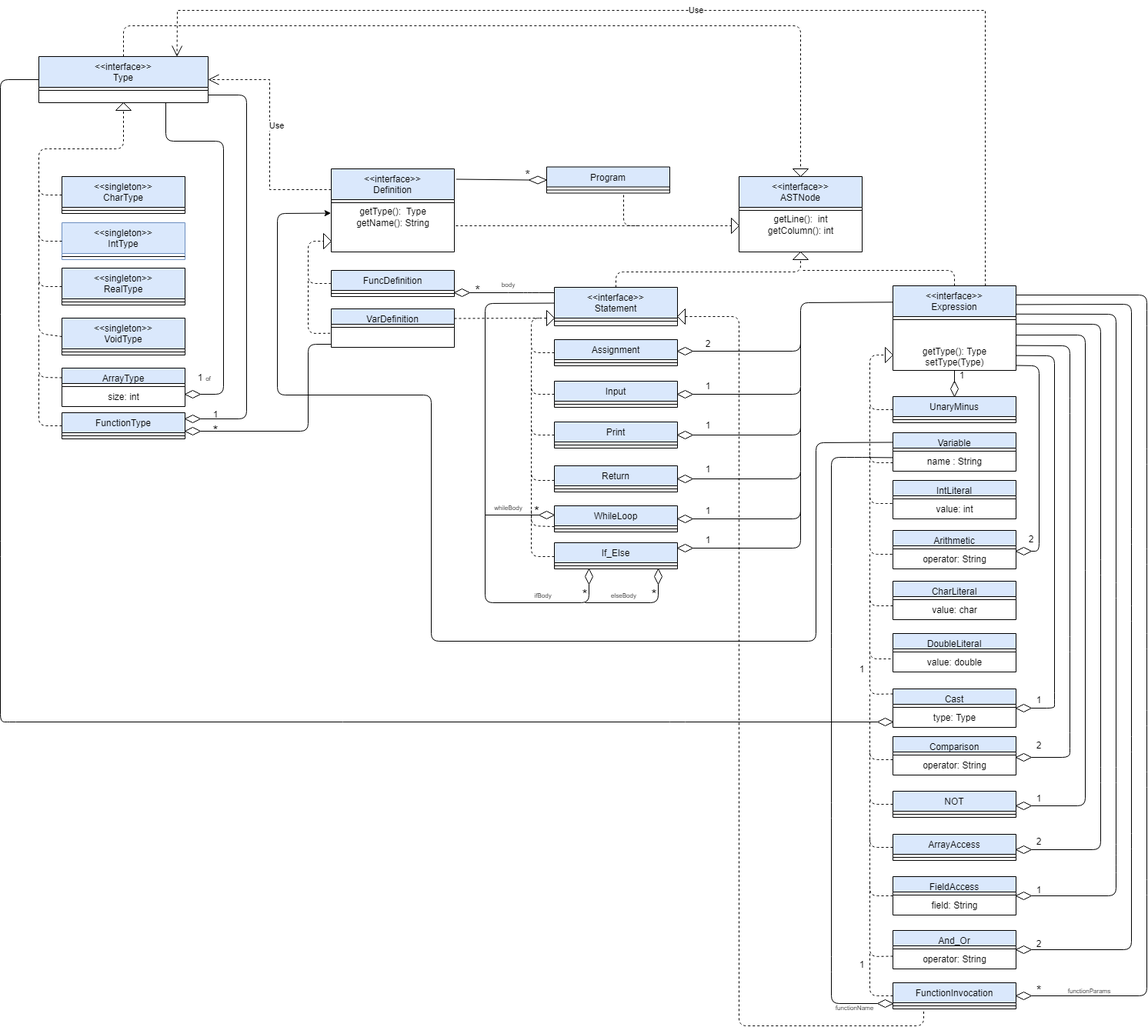
The draw.io diagram UML.png in uo269871/dlp, before a commit. Source tidied: cells renumbered, new cells last; positions are measured from the earlier drawing's top-left corner, leaving out a move shared by most shapes.
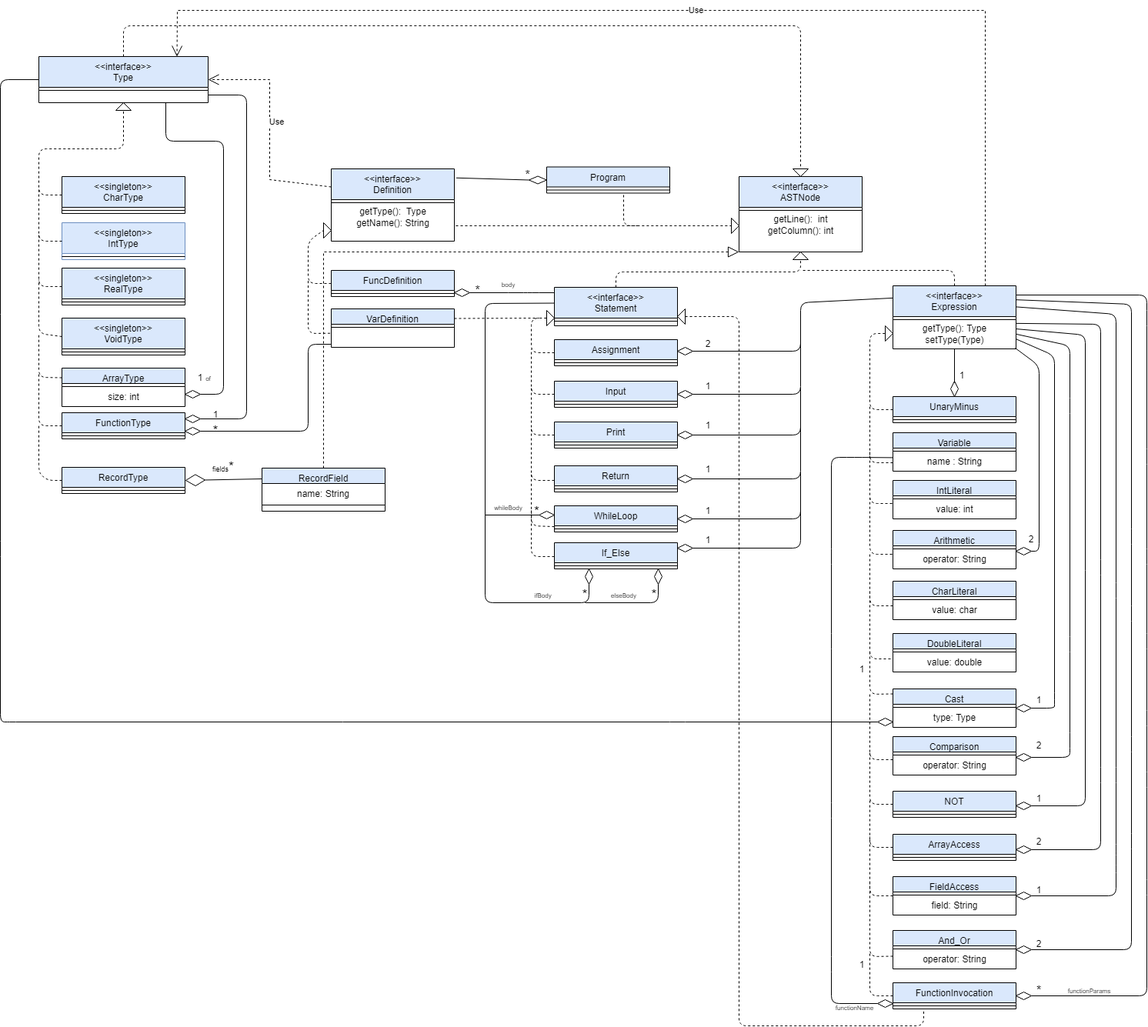
After the change.

Commit message:
UML actualizado

What changed in the source:
```diff
@@ -114,13 +114,13 @@
       <mxGeometry y="26" width="160" height="8" as="geometry" />
     </mxCell>
     <mxCell id="35" style="triangle;whiteSpace=wrap;html=1;direction=east;" parent="1" vertex="1">
-      <mxGeometry x="1150" y="438" width="10" height="20" as="geometry" />
+      <mxGeometry x="1150" y="410" width="10" height="20" as="geometry" />
     </mxCell>
     <mxCell id="36" style="endArrow=none;dashed=1;html=1;entryX=0;entryY=0.5;entryDx=0;entryDy=0;exitX=0;exitY=0.5;exitDx=0;exitDy=0;" parent="1" edge="1" source="13" target="35">
       <mxGeometry relative="1" as="geometry">
         <Array as="points">
           <mxPoint x="1130" y="519" />
-          <mxPoint x="1130" y="448" />
+          <mxPoint x="1130" y="420" />
         </Array>
       </mxGeometry>
     </mxCell>
@@ -248,7 +248,7 @@
       </mxGeometry>
     </mxCell>
     <mxCell id="60" value="&lt;&lt;interface&gt;&gt;&#10;Definition" style="swimlane;fontStyle=0;align=center;verticalAlign=top;horizontal=1;startSize=40;rounded=0;shadow=0;strokeWidth=1;fillColor=#dae8fc;" parent="1" vertex="1">
-      <mxGeometry x="430" y="206" width="160" height="108" as="geometry" />
+      <mxGeometry x="430" y="206" width="160" height="94" as="geometry" />
     </mxCell>
     <mxCell id="61" style="line;html=1;strokeWidth=1;align=left;verticalAlign=middle;spacingTop=-1;spacingLeft=3;spacingRight=3;labelPosition=right;" parent="60" vertex="1">
       <mxGeometry y="40" width="160" height="8" as="geometry" />
@@ -399,9 +399,8 @@
     <mxCell id="94" style="rhombus;whiteSpace=wrap;html=1;direction=north;" parent="1" vertex="1">
       <mxGeometry x="1320" y="698" width="20" height="10" as="geometry" />
     </mxCell>
-    <mxCell id="95" style="endArrow=none;html=1;exitX=0.5;exitY=1;exitDx=0;exitDy=0;entryX=0.998;entryY=0.782;entryDx=0;entryDy=0;entryPerimeter=0;" parent="1" edge="1" source="94">
+    <mxCell id="95" style="endArrow=none;html=1;exitX=0.5;exitY=1;exitDx=0;exitDy=0;entryX=0.994;entryY=1.1;entryDx=0;entryDy=0;entryPerimeter=0;" parent="1" edge="1" source="94" target="204">
       <mxGeometry relative="1" as="geometry">
-        <mxPoint x="1319.7" y="461.5" as="targetPoint" />
         <Array as="points">
           <mxPoint x="1350" y="703" />
           <mxPoint x="1350" y="462" />
@@ -539,7 +538,7 @@
       </mxGeometry>
     </mxCell>
     <mxCell id="120" style="triangle;whiteSpace=wrap;html=1;direction=east;" parent="1" vertex="1">
-      <mxGeometry x="420" y="290" width="10" height="20" as="geometry" />
+      <mxGeometry x="420" y="276" width="10" height="20" as="geometry" />
     </mxCell>
     <mxCell id="121" style="endArrow=none;dashed=1;html=1;entryX=0;entryY=0.5;entryDx=0;entryDy=0;exitX=0;exitY=0.5;exitDx=0;exitDy=0;" parent="1" edge="1" source="63" target="120">
       <mxGeometry relative="1" as="geometry">
@@ -932,30 +931,18 @@
       </mxGeometry>
     </mxCell>
     <mxCell id="202" value="&lt;&lt;interface&gt;&gt;&#10;Expression" style="swimlane;fontStyle=0;align=center;verticalAlign=top;horizontal=1;startSize=40;rounded=0;shadow=0;strokeWidth=1;fillColor=#dae8fc;" parent="1" vertex="1">
-      <mxGeometry x="1160" y="358" width="160" height="110" as="geometry" />
+      <mxGeometry x="1160" y="358" width="160" height="82" as="geometry" />
     </mxCell>
     <mxCell id="203" style="line;html=1;strokeWidth=1;align=left;verticalAlign=middle;spacingTop=-1;spacingLeft=3;spacingRight=3;labelPosition=right;" parent="202" vertex="1">
       <mxGeometry y="40" width="160" height="8" as="geometry" />
     </mxCell>
-    <mxCell id="204" value="getLValue(): bool&lt;br&gt;setLValue(bool)&lt;br&gt;getType(): Type&lt;br&gt;setType(Type)" style="text;html=1;align=center;verticalAlign=middle;points=[];" parent="202" vertex="1">
-      <mxGeometry y="48" width="160" height="60" as="geometry" />
+    <mxCell id="204" value="getType(): Type&lt;br&gt;setType(Type)" style="text;html=1;align=center;verticalAlign=middle;points=[];" parent="202" vertex="1">
+      <mxGeometry y="48" width="160" height="30" as="geometry" />
     </mxCell>
-    <mxCell id="205" style="endArrow=classic;html=1;exitX=0;exitY=0.25;exitDx=0;exitDy=0;entryX=-0.002;entryY=0.32;entryDx=0;entryDy=0;entryPerimeter=0;" parent="1" edge="1" source="18" target="62">
-      <mxGeometry relative="1" as="geometry">
-        <Array as="points">
-          <mxPoint x="1060" y="562" />
-          <mxPoint x="1060" y="820" />
-          <mxPoint x="560" y="820" />
-          <mxPoint x="560" y="500" />
-          <mxPoint x="360" y="500" />
-          <mxPoint x="360" y="264" />
-        </Array>
-      </mxGeometry>
-    </mxCell>
     <mxCell id="206" value="Use" style="endArrow=open;endSize=12;dashed=1;html=1;rounded=0;exitX=0;exitY=0.25;exitDx=0;exitDy=0;entryX=1;entryY=0.5;entryDx=0;entryDy=0;" parent="1" edge="1" source="60" target="67">
       <mxGeometry x="0.07" y="-9" relative="1" as="geometry">
         <Array as="points">
-          <mxPoint x="350" y="233" />
+          <mxPoint x="350" y="220" />
           <mxPoint x="350" y="90" />
         </Array>
       </mxGeometry>
@@ -968,5 +955,42 @@
         </Array>
       </mxGeometry>
     </mxCell>
+    <mxCell id="208" value="RecordField" style="swimlane;fontStyle=0;align=center;verticalAlign=top;horizontal=1;startSize=20;rounded=0;shadow=0;strokeWidth=1;fillColor=#dae8fc;" parent="1" vertex="1">
+      <mxGeometry x="340" y="595" width="160" height="56" as="geometry" />
+    </mxCell>
+    <mxCell id="209" value="            name: String" style="text;strokeColor=none;fillColor=none;align=left;verticalAlign=top;spacingLeft=4;spacingRight=4;overflow=hidden;" parent="208" vertex="1">
+      <mxGeometry y="20" width="160" height="26" as="geometry" />
+    </mxCell>
+    <mxCell id="210" style="line;html=1;strokeWidth=1;align=left;verticalAlign=middle;spacingTop=-1;spacingLeft=3;spacingRight=3;labelPosition=right;" parent="208" vertex="1">
+      <mxGeometry y="46" width="160" height="4" as="geometry" />
+    </mxCell>
+    <mxCell id="211" style="endArrow=block;dashed=1;endFill=0;endSize=12;html=1;rounded=0;entryX=0;entryY=1;entryDx=0;entryDy=0;" parent="1" edge="1" source="208" target="4">
+      <mxGeometry relative="1" as="geometry">
+        <Array as="points">
+          <mxPoint x="420" y="314" />
+        </Array>
+      </mxGeometry>
+    </mxCell>
+    <mxCell id="212" value="RecordType" style="swimlane;fontStyle=0;align=center;verticalAlign=top;horizontal=1;startSize=26;rounded=0;shadow=0;strokeWidth=1;fillColor=#dae8fc;" parent="1" vertex="1">
+      <mxGeometry x="80" y="594" width="160" height="34" as="geometry" />
+    </mxCell>
+    <mxCell id="213" style="line;html=1;strokeWidth=1;align=left;verticalAlign=middle;spacingTop=-1;spacingLeft=3;spacingRight=3;labelPosition=right;" parent="212" vertex="1">
+      <mxGeometry y="26" width="160" height="8" as="geometry" />
+    </mxCell>
+    <mxCell id="214" style="endArrow=diamondThin;endFill=0;endSize=24;html=1;rounded=0;entryX=1;entryY=0.5;entryDx=0;entryDy=0;exitX=0;exitY=0.25;exitDx=0;exitDy=0;" parent="1" edge="1" source="208" target="212">
+      <mxGeometry relative="1" as="geometry" />
+    </mxCell>
+    <mxCell id="215" value="&lt;font style=&quot;font-size: 9px&quot;&gt;fields&lt;/font&gt;&lt;font style=&quot;font-size: 18px&quot;&gt;*&lt;/font&gt;" style="text;html=1;strokeColor=none;fillColor=none;align=center;verticalAlign=middle;whiteSpace=wrap;rounded=0;" parent="1" vertex="1">
+      <mxGeometry x="270" y="584" width="40" height="20" as="geometry" />
+    </mxCell>
+    <mxCell id="216" style="endArrow=none;dashed=1;html=1;exitX=0;exitY=0.5;exitDx=0;exitDy=0;" parent="1" edge="1" source="212">
+      <mxGeometry relative="1" as="geometry">
+        <mxPoint x="50" y="540" as="targetPoint" />
+        <Array as="points">
+          <mxPoint x="60" y="611" />
+          <mxPoint x="50" y="600" />
+        </Array>
+      </mxGeometry>
+    </mxCell>
   </root>
 </mxGraphModel>
```
